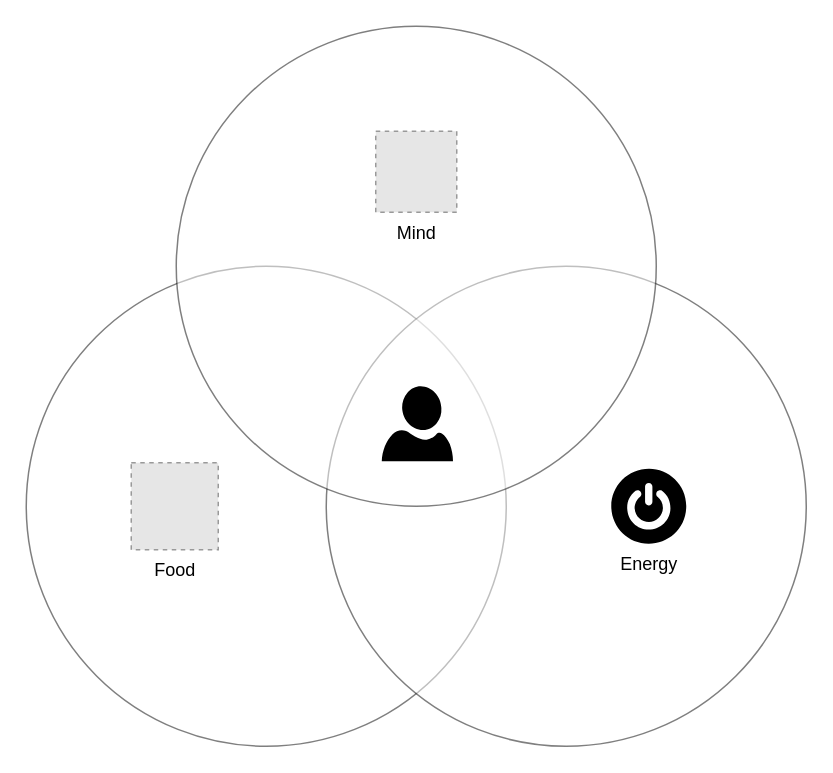
Before: Landing.drawio in evlibra/heZen, a draw.io diagram. Source tidied: cells renumbered, new cells numbered last; positions are measured from the earlier drawing's top-left corner, leaving out a move shared by most shapes. Both pictures are drawn from the tidied source at 150%, with x=0, y=0 at pixel (26, 26). Pictures stored in the file or linked from it are replaced by grey dashed boxes.
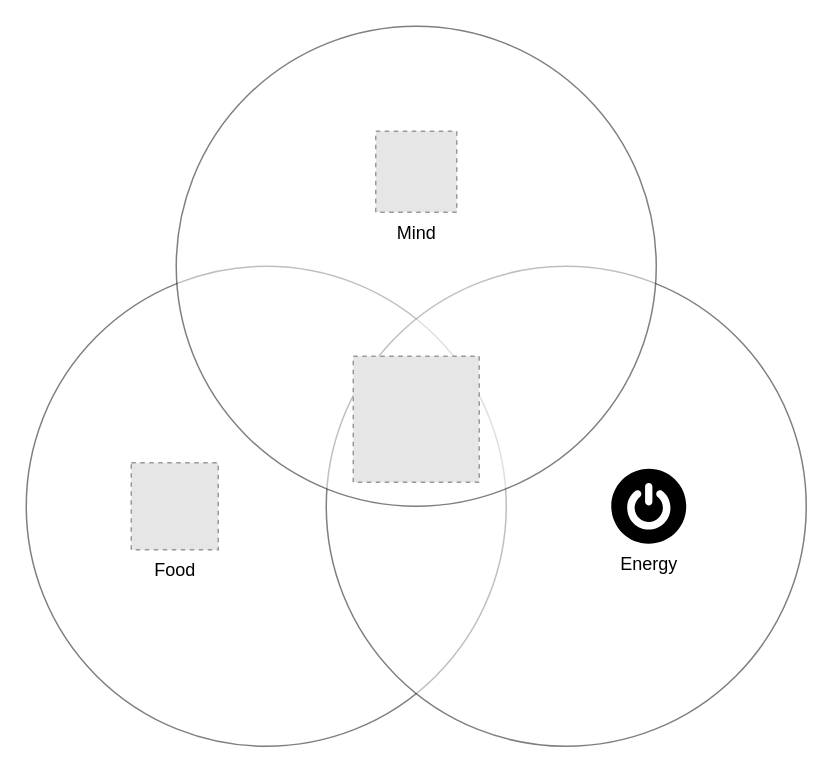
The same diagram, later.

Commit message:
centr img to yoga.drawio

The edit, as a diff of the source:
```diff
@@
 <mxGraphModel>
   <root>
     <mxCell id="0" />
     <mxCell id="1" parent="0" />
     <mxCell id="2" style="ellipse;whiteSpace=wrap;html=1;opacity=50;" parent="1" vertex="1">
       <mxGeometry y="160" width="320" height="320" as="geometry" />
     </mxCell>
     <mxCell id="3" style="ellipse;whiteSpace=wrap;html=1;opacity=50;" parent="1" vertex="1">
       <mxGeometry x="200" y="160" width="320" height="320" as="geometry" />
     </mxCell>
     <mxCell id="4" style="ellipse;whiteSpace=wrap;html=1;opacity=50;" parent="1" vertex="1">
       <mxGeometry x="100" width="320" height="320" as="geometry" />
     </mxCell>
     <mxCell id="5" value="Food" style="fillColor=#E6E6E6;strokeColor=#999999;dashed=1;html=1;verticalAlign=top;verticalLabelPosition=bottom;labelBackgroundColor=#ffffff;" parent="1" vertex="1">
       <mxGeometry x="70" y="291" width="58" height="58" as="geometry" />
     </mxCell>
     <mxCell id="6" value="Mind" style="fillColor=#E6E6E6;strokeColor=#999999;dashed=1;html=1;verticalAlign=top;verticalLabelPosition=bottom;labelBackgroundColor=#ffffff;" parent="1" vertex="1">
       <mxGeometry x="233" y="70" width="54" height="54" as="geometry" />
     </mxCell>
-    <mxCell id="7" style="verticalLabelPosition=bottom;html=1;verticalAlign=top;align=center;strokeColor=none;fillColor=#000000;shape=mxgraph.azure.user;" parent="1" vertex="1">
-      <mxGeometry x="237" y="240" width="47.5" height="50" as="geometry" />
-    </mxCell>
     <mxCell id="8" value="Energy" style="sketch=0;html=1;strokeColor=none;shadow=0;fillColor=#000000;verticalAlign=top;labelPosition=center;verticalLabelPosition=bottom;shape=mxgraph.gcp2.a7_power;" parent="1" vertex="1">
       <mxGeometry x="390" y="295" width="50" height="50" as="geometry" />
     </mxCell>
+    <mxCell id="9" style="fillColor=#E6E6E6;strokeColor=#999999;dashed=1;html=1;verticalAlign=top;verticalLabelPosition=bottom;labelBackgroundColor=#ffffff;" parent="1" vertex="1">
+      <mxGeometry x="218" y="220" width="84" height="84" as="geometry" />
+    </mxCell>
   </root>
 </mxGraphModel>
```
